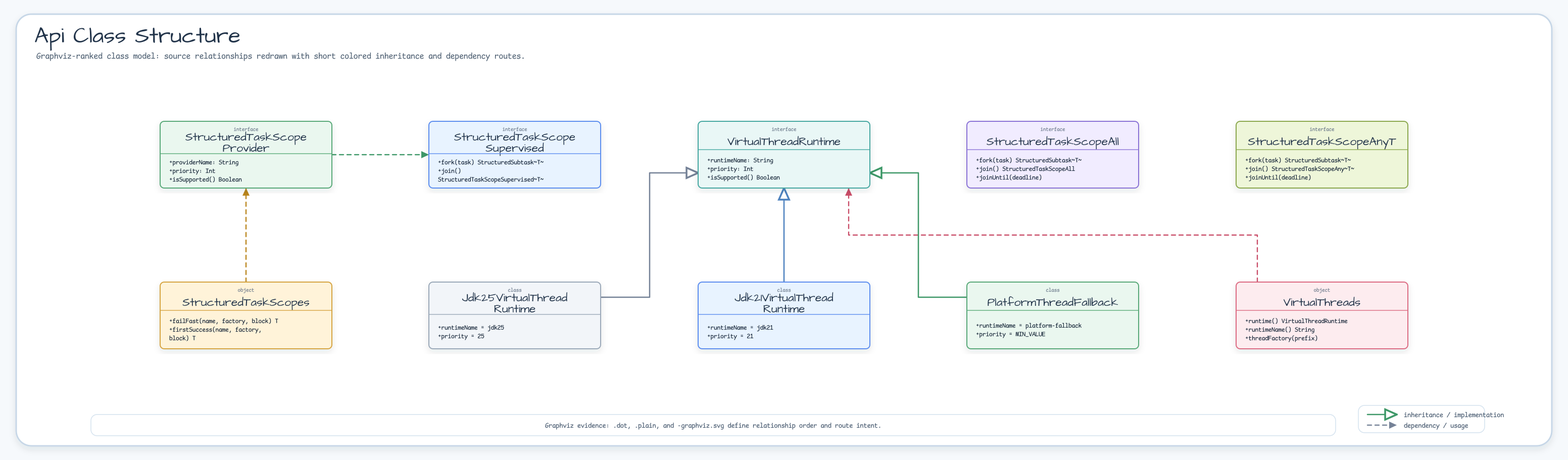
Above: docs/images/readme-diagrams/virtualthread-api-diagram-01.png in bluetape4k/bluetape4k-projects (Graphviz), before the change. Its source is kept beside it as docs/images/readme-diagrams/virtualthread-api-diagram-01.dot.
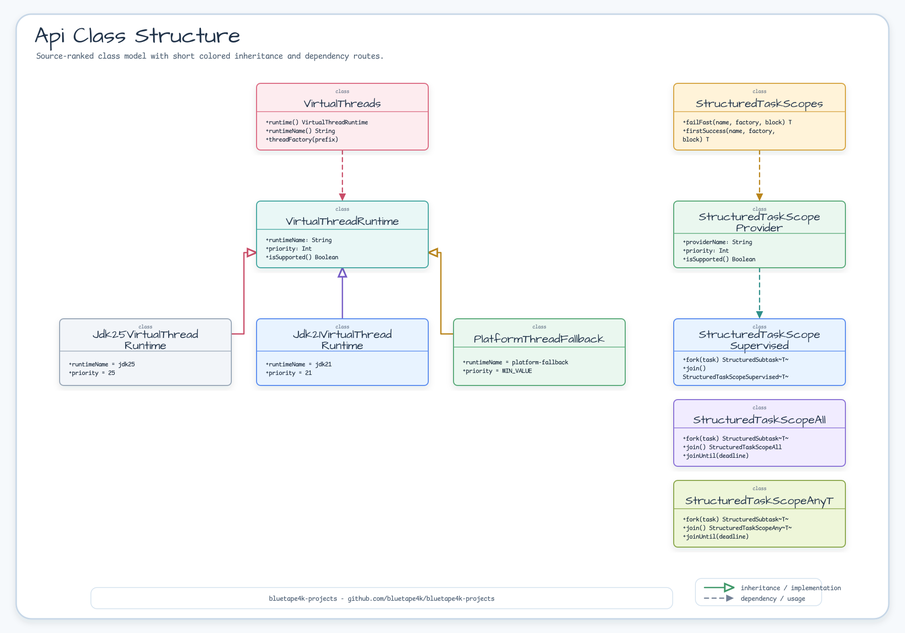
After the commit.

The edit, as a diff of the source:
```diff
@@ -12,11 +12,10 @@
   Jdk25VirtualThreadRuntime [label="Jdk25VirtualThreadRuntime", fillcolor="#F2F5F9", color="#9AA8B8"];
   Jdk21VirtualThreadRuntime [label="Jdk21VirtualThreadRuntime", fillcolor="#E8F3FF", color="#5B8DEF"];
   PlatformThreadFallback [label="PlatformThreadFallback", fillcolor="#EAF7EF", color="#58A978"];
-  { rank=source; StructuredTaskScopeSupervised; StructuredTaskScopeProvider; VirtualThreadRuntime; StructuredTaskScopeAll; StructuredTaskScopeAnyT; }
-  StructuredTaskScopeProvider -> StructuredTaskScopeSupervised [color="#3E9868", fontcolor="#3E9868", style="dashed", arrowhead="none", weight=2];
+  StructuredTaskScopeProvider -> StructuredTaskScopeSupervised [color="#2E8F89", fontcolor="#2E8F89", style="dashed", arrowhead="none", weight=2];
   StructuredTaskScopes -> StructuredTaskScopeProvider [color="#B9851B", fontcolor="#B9851B", style="dashed", arrowhead="none", weight=2];
   VirtualThreads -> VirtualThreadRuntime [color="#C94D68", fontcolor="#C94D68", style="dashed", arrowhead="none", weight=2];
-  VirtualThreadRuntime -> PlatformThreadFallback [color="#3E9868", fontcolor="#3E9868", style="solid", arrowhead="none", weight=10];
-  VirtualThreadRuntime -> Jdk25VirtualThreadRuntime [color="#758297", fontcolor="#758297", style="solid", arrowhead="none", weight=10];
-  VirtualThreadRuntime -> Jdk21VirtualThreadRuntime [color="#4F83BF", fontcolor="#4F83BF", style="solid", arrowhead="none", weight=10];
+  VirtualThreadRuntime -> PlatformThreadFallback [color="#B9851B", fontcolor="#B9851B", style="solid", arrowhead="none", weight=10];
+  VirtualThreadRuntime -> Jdk25VirtualThreadRuntime [color="#C94D68", fontcolor="#C94D68", style="solid", arrowhead="none", weight=10];
+  VirtualThreadRuntime -> Jdk21VirtualThreadRuntime [color="#755BC6", fontcolor="#755BC6", style="solid", arrowhead="none", weight=10];
 }
```
